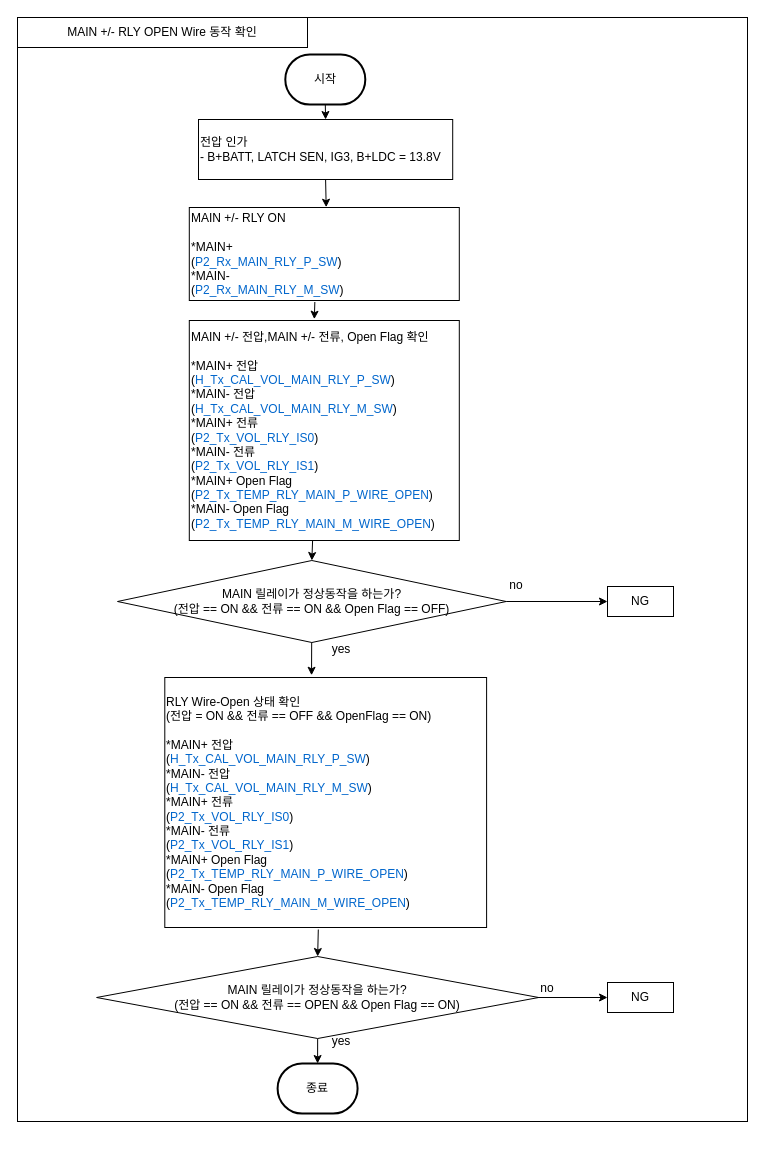
This is MAIN +/- RLY OPEN Wire 동작 확인.drawio from chaeyoonl/state-transition-diagram-test, a draw.io file, before an edit. Source tidied: cells renumbered, new cells numbered last; positions are measured from the earlier drawing's top-left corner, leaving out a move shared by most shapes. Both pictures are drawn from the tidied source at 100%, with x=0, y=0 at pixel (17, 17).
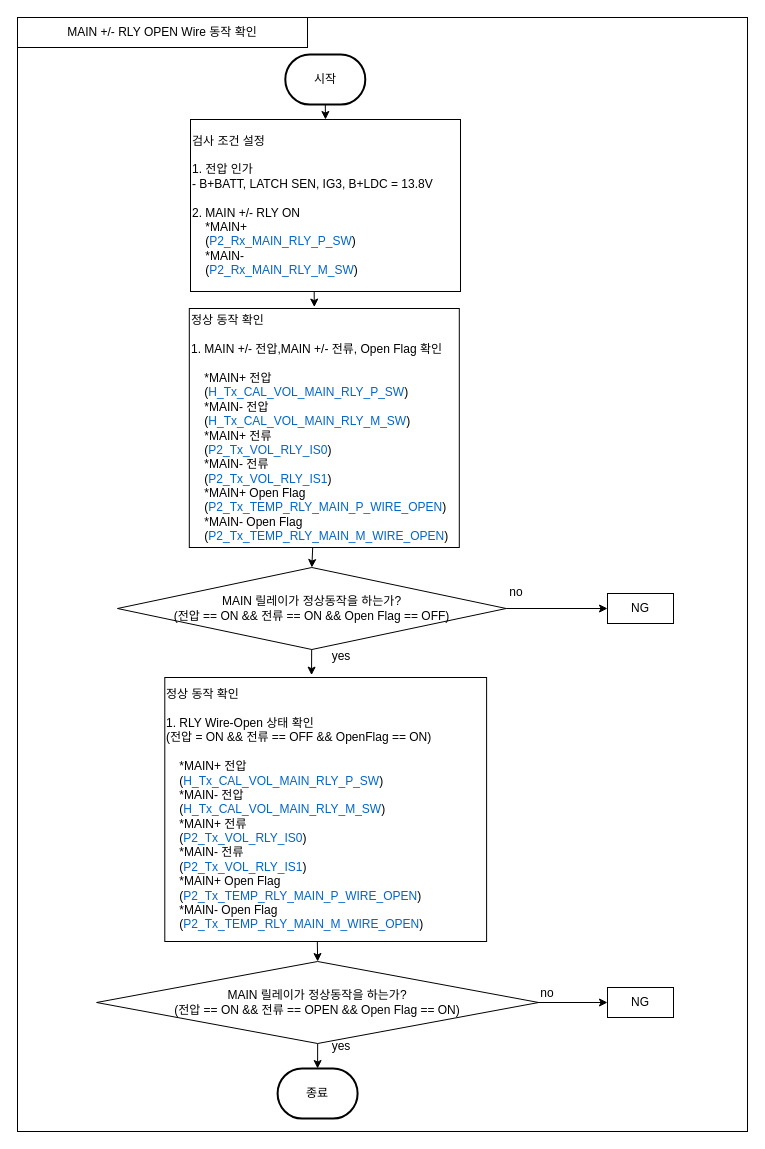
After the change.

Commit message:
- RLY OPEN Wire 동작 확인.drawio 업데이트

What changed in the source:
```diff
@@
     <mxCell id="2" style="rounded=0;whiteSpace=wrap;html=1;" parent="1" vertex="1">
-      <mxGeometry width="730" height="1104" as="geometry" />
+      <mxGeometry width="730" height="1114" as="geometry" />
     </mxCell>
@@
     <mxCell id="6" value="종료" style="strokeWidth=2;html=1;shape=mxgraph.flowchart.terminator;whiteSpace=wrap;" parent="1" vertex="1">
-      <mxGeometry x="260.1" y="1046" width="80" height="50" as="geometry" />
+      <mxGeometry x="260.1" y="1051" width="80" height="50" as="geometry" />
     </mxCell>
-    <mxCell id="7" value="전압 인가&lt;br&gt;- B+BATT, LATCH SEN, IG3, B+LDC = 13.8V" style="rounded=0;whiteSpace=wrap;html=1;align=left;" parent="1" vertex="1">
-      <mxGeometry x="181" y="102" width="254.2" height="60" as="geometry" />
+    <mxCell id="7" value="검사 조건 설정&lt;br&gt;&lt;br&gt;1. 전압 인가&lt;br&gt;- B+BATT, LATCH SEN, IG3, B+LDC = 13.8V&lt;br&gt;&lt;br&gt;2. MAIN +/- RLY ON&lt;br style=&quot;border-color: var(--border-color);&quot;&gt;&amp;nbsp; &amp;nbsp; *MAIN+&lt;br style=&quot;border-color: var(--border-color);&quot;&gt;&amp;nbsp; &amp;nbsp; (&lt;font style=&quot;border-color: var(--border-color);&quot; color=&quot;#0066cc&quot;&gt;P2_Rx_MAIN_RLY_P_SW&lt;/font&gt;)&lt;br style=&quot;border-color: var(--border-color);&quot;&gt;&amp;nbsp; &amp;nbsp; *MAIN-&lt;br style=&quot;border-color: var(--border-color);&quot;&gt;&amp;nbsp; &amp;nbsp; (&lt;font style=&quot;border-color: var(--border-color);&quot; color=&quot;#0066cc&quot;&gt;P2_Rx_MAIN_RLY_M_SW&lt;/font&gt;)" style="rounded=0;whiteSpace=wrap;html=1;align=left;" parent="1" vertex="1">
+      <mxGeometry x="173" y="102" width="270" height="172" as="geometry" />
     </mxCell>
@@
-    <mxCell id="9" value="MAIN +/- RLY ON&lt;br&gt;&lt;br&gt;*MAIN+&lt;br&gt;(&lt;font color=&quot;#0066cc&quot;&gt;P2_Rx_MAIN_RLY_P_SW&lt;/font&gt;)&lt;br&gt;*MAIN-&lt;br&gt;(&lt;font color=&quot;#0066cc&quot;&gt;P2_Rx_MAIN_RLY_M_SW&lt;/font&gt;)" style="rounded=0;whiteSpace=wrap;html=1;align=left;" parent="1" vertex="1">
-      <mxGeometry x="171.8" y="190" width="270" height="93" as="geometry" />
-    </mxCell>
     <mxCell id="10" value="yes" style="text;html=1;strokeColor=none;fillColor=none;align=center;verticalAlign=middle;whiteSpace=wrap;rounded=0;" parent="1" vertex="1">
-      <mxGeometry x="294.4" y="1009" width="60" height="30" as="geometry" />
+      <mxGeometry x="294.4" y="1014" width="60" height="30" as="geometry" />
     </mxCell>
-    <mxCell id="11" style="endArrow=classic;html=1;rounded=0;exitX=0.5;exitY=1;exitDx=0;exitDy=0;entryX=0.507;entryY=-0.003;entryDx=0;entryDy=0;entryPerimeter=0;" parent="1" edge="1" source="7" target="9">
-      <mxGeometry relative="1" as="geometry" />
-    </mxCell>
-    <mxCell id="12" style="endArrow=classic;html=1;rounded=0;exitX=0.456;exitY=1.035;exitDx=0;exitDy=0;entryX=0.5;entryY=0;entryDx=0;entryDy=0;exitPerimeter=0;" parent="1" edge="1" target="13">
-      <mxGeometry relative="1" as="geometry">
-        <mxPoint x="295.1" y="523" as="sourcePoint" />
-      </mxGeometry>
+    <mxCell id="12" style="endArrow=classic;html=1;rounded=0;exitX=0.457;exitY=1;exitDx=0;exitDy=0;entryX=0.5;entryY=0;entryDx=0;entryDy=0;exitPerimeter=0;" parent="1" edge="1" source="22" target="13">
+      <mxGeometry relative="1" as="geometry" />
     </mxCell>
     <mxCell id="13" value="MAIN 릴레이가 정상동작을 하는가?&lt;br&gt;(전압 == ON &amp;amp;&amp;amp;&amp;nbsp;전류 == ON &amp;amp;&amp;amp;&amp;nbsp;Open Flag == OFF)" style="rhombus;whiteSpace=wrap;html=1;" parent="1" vertex="1">
-      <mxGeometry x="100" y="543" width="388.7" height="82" as="geometry" />
+      <mxGeometry x="100" y="550" width="388.7" height="82" as="geometry" />
     </mxCell>
@@
     <mxCell id="15" value="yes" style="text;html=1;strokeColor=none;fillColor=none;align=center;verticalAlign=middle;whiteSpace=wrap;rounded=0;" parent="1" vertex="1">
-      <mxGeometry x="294.4" y="617" width="60" height="30" as="geometry" />
+      <mxGeometry x="294.4" y="624" width="60" height="30" as="geometry" />
     </mxCell>
     <mxCell id="16" value="NG" style="rounded=0;whiteSpace=wrap;html=1;align=center;" parent="1" vertex="1">
-      <mxGeometry x="590" y="569" width="66" height="30" as="geometry" />
+      <mxGeometry x="590" y="576" width="66" height="30" as="geometry" />
     </mxCell>
@@
     <mxCell id="18" value="no" style="text;html=1;strokeColor=none;fillColor=none;align=center;verticalAlign=middle;whiteSpace=wrap;rounded=0;" parent="1" vertex="1">
-      <mxGeometry x="469" y="553" width="60" height="30" as="geometry" />
+      <mxGeometry x="469" y="560" width="60" height="30" as="geometry" />
     </mxCell>
     <mxCell id="19" value="NG" style="rounded=0;whiteSpace=wrap;html=1;align=center;" parent="1" vertex="1">
-      <mxGeometry x="590" y="965" width="66" height="30" as="geometry" />
+      <mxGeometry x="590" y="970" width="66" height="30" as="geometry" />
     </mxCell>
@@
     <mxCell id="21" value="no" style="text;html=1;strokeColor=none;fillColor=none;align=center;verticalAlign=middle;whiteSpace=wrap;rounded=0;" parent="1" vertex="1">
-      <mxGeometry x="500" y="956" width="60" height="30" as="geometry" />
+      <mxGeometry x="500" y="961" width="60" height="30" as="geometry" />
     </mxCell>
-    <mxCell id="22" value="MAIN +/- 전압,MAIN +/-&amp;nbsp;전류, Open Flag 확인&lt;br&gt;&lt;br&gt;*MAIN+ 전압&lt;br&gt;(&lt;font color=&quot;#0066cc&quot;&gt;H_Tx_CAL_VOL_MAIN_RLY_P_SW&lt;/font&gt;)&lt;br&gt;*MAIN- 전압&lt;br&gt;(&lt;font color=&quot;#0066cc&quot;&gt;H_Tx_CAL_VOL_MAIN_RLY_M_SW&lt;/font&gt;)&lt;br&gt;*MAIN+ 전류&lt;br style=&quot;border-color: var(--border-color);&quot;&gt;(&lt;font color=&quot;#0066cc&quot;&gt;P2_Tx_VOL_RLY_IS0&lt;/font&gt;)&lt;br style=&quot;border-color: var(--border-color);&quot;&gt;*MAIN- 전류&lt;br style=&quot;border-color: var(--border-color);&quot;&gt;(&lt;font color=&quot;#0066cc&quot;&gt;P2_Tx_VOL_RLY_IS1&lt;/font&gt;)&lt;br&gt;*MAIN+ Open Flag&lt;br style=&quot;border-color: var(--border-color);&quot;&gt;(&lt;font color=&quot;#0066cc&quot;&gt;P2_Tx_TEMP_RLY_MAIN_P_WIRE_OPEN&lt;/font&gt;)&lt;br style=&quot;border-color: var(--border-color);&quot;&gt;*MAIN- Open Flag&lt;br style=&quot;border-color: var(--border-color);&quot;&gt;(&lt;font color=&quot;#0066cc&quot;&gt;P2_Tx_TEMP_RLY_MAIN_M_WIRE_OPEN&lt;/font&gt;)" style="rounded=0;whiteSpace=wrap;html=1;align=left;" parent="1" vertex="1">
-      <mxGeometry x="171.8" y="303" width="270" height="220" as="geometry" />
+    <mxCell id="22" value="정상 동작 확인&lt;br&gt;&lt;br&gt;1. MAIN +/- 전압,MAIN +/-&amp;nbsp;전류, Open Flag 확인&lt;br&gt;&lt;br&gt;&amp;nbsp; &amp;nbsp; *MAIN+ 전압&lt;br&gt;&amp;nbsp; &amp;nbsp;&amp;nbsp;(&lt;font color=&quot;#0066cc&quot;&gt;H_Tx_CAL_VOL_MAIN_RLY_P_SW&lt;/font&gt;)&lt;br&gt;&amp;nbsp; &amp;nbsp;&amp;nbsp;*MAIN- 전압&lt;br&gt;&amp;nbsp; &amp;nbsp;&amp;nbsp;(&lt;font color=&quot;#0066cc&quot;&gt;H_Tx_CAL_VOL_MAIN_RLY_M_SW&lt;/font&gt;)&lt;br&gt;&amp;nbsp; &amp;nbsp;&amp;nbsp;*MAIN+ 전류&lt;br style=&quot;border-color: var(--border-color);&quot;&gt;&amp;nbsp; &amp;nbsp;&amp;nbsp;(&lt;font color=&quot;#0066cc&quot;&gt;P2_Tx_VOL_RLY_IS0&lt;/font&gt;)&lt;br style=&quot;border-color: var(--border-color);&quot;&gt;&amp;nbsp; &amp;nbsp;&amp;nbsp;*MAIN- 전류&lt;br style=&quot;border-color: var(--border-color);&quot;&gt;&amp;nbsp; &amp;nbsp;&amp;nbsp;(&lt;font color=&quot;#0066cc&quot;&gt;P2_Tx_VOL_RLY_IS1&lt;/font&gt;)&lt;br&gt;&amp;nbsp; &amp;nbsp;&amp;nbsp;*MAIN+ Open Flag&lt;br style=&quot;border-color: var(--border-color);&quot;&gt;&amp;nbsp; &amp;nbsp;&amp;nbsp;(&lt;font color=&quot;#0066cc&quot;&gt;P2_Tx_TEMP_RLY_MAIN_P_WIRE_OPEN&lt;/font&gt;)&lt;br style=&quot;border-color: var(--border-color);&quot;&gt;&amp;nbsp; &amp;nbsp;&amp;nbsp;*MAIN- Open Flag&lt;br style=&quot;border-color: var(--border-color);&quot;&gt;&amp;nbsp; &amp;nbsp;&amp;nbsp;(&lt;font color=&quot;#0066cc&quot;&gt;P2_Tx_TEMP_RLY_MAIN_M_WIRE_OPEN&lt;/font&gt;)" style="rounded=0;whiteSpace=wrap;html=1;align=left;" parent="1" vertex="1">
+      <mxGeometry x="171.8" y="291" width="270" height="239" as="geometry" />
     </mxCell>
-    <mxCell id="23" style="endArrow=classic;html=1;rounded=0;exitX=0.465;exitY=1.016;exitDx=0;exitDy=0;exitPerimeter=0;entryX=0.463;entryY=-0.006;entryDx=0;entryDy=0;entryPerimeter=0;" parent="1" edge="1" source="9" target="22">
+    <mxCell id="23" style="endArrow=classic;html=1;rounded=0;exitX=0.458;exitY=1;exitDx=0;exitDy=0;exitPerimeter=0;entryX=0.463;entryY=-0.006;entryDx=0;entryDy=0;entryPerimeter=0;" parent="1" edge="1" source="7" target="22">
       <mxGeometry relative="1" as="geometry" />
     </mxCell>
-    <mxCell id="24" value="RLY Wire-Open 상태 확인&lt;br style=&quot;border-color: var(--border-color);&quot;&gt;(전압 = ON &amp;amp;&amp;amp; 전류 == OFF &amp;amp;&amp;amp; OpenFlag == ON)&lt;br&gt;&lt;br&gt;*MAIN+ 전압&lt;br&gt;(&lt;font color=&quot;#0066cc&quot;&gt;H_Tx_CAL_VOL_MAIN_RLY_P_SW&lt;/font&gt;)&lt;br&gt;*MAIN- 전압&lt;br&gt;(&lt;font color=&quot;#0066cc&quot;&gt;H_Tx_CAL_VOL_MAIN_RLY_M_SW&lt;/font&gt;)&lt;br&gt;*MAIN+ 전류&lt;br style=&quot;border-color: var(--border-color);&quot;&gt;(&lt;font color=&quot;#0066cc&quot;&gt;P2_Tx_VOL_RLY_IS0&lt;/font&gt;)&lt;br style=&quot;border-color: var(--border-color);&quot;&gt;*MAIN- 전류&lt;br style=&quot;border-color: var(--border-color);&quot;&gt;(&lt;font color=&quot;#0066cc&quot;&gt;P2_Tx_VOL_RLY_IS1&lt;/font&gt;)&lt;br&gt;*MAIN+ Open Flag&lt;br style=&quot;border-color: var(--border-color);&quot;&gt;(&lt;font color=&quot;#0066cc&quot;&gt;P2_Tx_TEMP_RLY_MAIN_P_WIRE_OPEN&lt;/font&gt;)&lt;br style=&quot;border-color: var(--border-color);&quot;&gt;*MAIN- Open Flag&lt;br style=&quot;border-color: var(--border-color);&quot;&gt;(&lt;font color=&quot;#0066cc&quot;&gt;P2_Tx_TEMP_RLY_MAIN_M_WIRE_OPEN&lt;/font&gt;)" style="rounded=0;whiteSpace=wrap;html=1;align=left;" parent="1" vertex="1">
-      <mxGeometry x="147.3" y="660" width="321.8" height="250" as="geometry" />
+    <mxCell id="24" value="정상 동작 확인&lt;br&gt;&lt;br&gt;1. RLY Wire-Open 상태 확인&lt;br style=&quot;border-color: var(--border-color);&quot;&gt;(전압 = ON &amp;amp;&amp;amp; 전류 == OFF &amp;amp;&amp;amp; OpenFlag == ON)&lt;br&gt;&lt;br&gt;&amp;nbsp; &amp;nbsp;&amp;nbsp;*MAIN+ 전압&lt;br&gt;&amp;nbsp; &amp;nbsp;&amp;nbsp;(&lt;font color=&quot;#0066cc&quot;&gt;H_Tx_CAL_VOL_MAIN_RLY_P_SW&lt;/font&gt;)&lt;br&gt;&amp;nbsp; &amp;nbsp;&amp;nbsp;*MAIN- 전압&lt;br&gt;&amp;nbsp; &amp;nbsp;&amp;nbsp;(&lt;font color=&quot;#0066cc&quot;&gt;H_Tx_CAL_VOL_MAIN_RLY_M_SW&lt;/font&gt;)&lt;br&gt;&amp;nbsp; &amp;nbsp;&amp;nbsp;*MAIN+ 전류&lt;br style=&quot;border-color: var(--border-color);&quot;&gt;&amp;nbsp; &amp;nbsp;&amp;nbsp;(&lt;font color=&quot;#0066cc&quot;&gt;P2_Tx_VOL_RLY_IS0&lt;/font&gt;)&lt;br style=&quot;border-color: var(--border-color);&quot;&gt;&amp;nbsp; &amp;nbsp;&amp;nbsp;*MAIN- 전류&lt;br style=&quot;border-color: var(--border-color);&quot;&gt;&amp;nbsp; &amp;nbsp;&amp;nbsp;(&lt;font color=&quot;#0066cc&quot;&gt;P2_Tx_VOL_RLY_IS1&lt;/font&gt;)&lt;br&gt;&amp;nbsp; &amp;nbsp;&amp;nbsp;*MAIN+ Open Flag&lt;br style=&quot;border-color: var(--border-color);&quot;&gt;&amp;nbsp; &amp;nbsp;&amp;nbsp;(&lt;font color=&quot;#0066cc&quot;&gt;P2_Tx_TEMP_RLY_MAIN_P_WIRE_OPEN&lt;/font&gt;)&lt;br style=&quot;border-color: var(--border-color);&quot;&gt;&amp;nbsp; &amp;nbsp;&amp;nbsp;*MAIN- Open Flag&lt;br style=&quot;border-color: var(--border-color);&quot;&gt;&amp;nbsp; &amp;nbsp;&amp;nbsp;(&lt;font color=&quot;#0066cc&quot;&gt;P2_Tx_TEMP_RLY_MAIN_M_WIRE_OPEN&lt;/font&gt;)" style="rounded=0;whiteSpace=wrap;html=1;align=left;" parent="1" vertex="1">
+      <mxGeometry x="147.3" y="660" width="321.8" height="264" as="geometry" />
     </mxCell>
     <mxCell id="25" value="MAIN 릴레이가 정상동작을 하는가?&lt;br style=&quot;border-color: var(--border-color);&quot;&gt;(전압 == ON &amp;amp;&amp;amp;&amp;nbsp;전류 == OPEN &amp;amp;&amp;amp;&amp;nbsp;Open Flag == ON)" style="rhombus;whiteSpace=wrap;html=1;" parent="1" vertex="1">
-      <mxGeometry x="79.1" y="939" width="442.1" height="82" as="geometry" />
+      <mxGeometry x="79.1" y="944" width="442.1" height="82" as="geometry" />
     </mxCell>
-    <mxCell id="26" style="endArrow=classic;html=1;rounded=0;exitX=0.477;exitY=1.008;exitDx=0;exitDy=0;exitPerimeter=0;entryX=0.5;entryY=0;entryDx=0;entryDy=0;" parent="1" edge="1" source="24" target="25">
+    <mxCell id="26" style="endArrow=classic;html=1;rounded=0;exitX=0.474;exitY=1.001;exitDx=0;exitDy=0;exitPerimeter=0;entryX=0.5;entryY=0;entryDx=0;entryDy=0;" parent="1" edge="1" source="24" target="25">
       <mxGeometry relative="1" as="geometry" />
     </mxCell>
```
